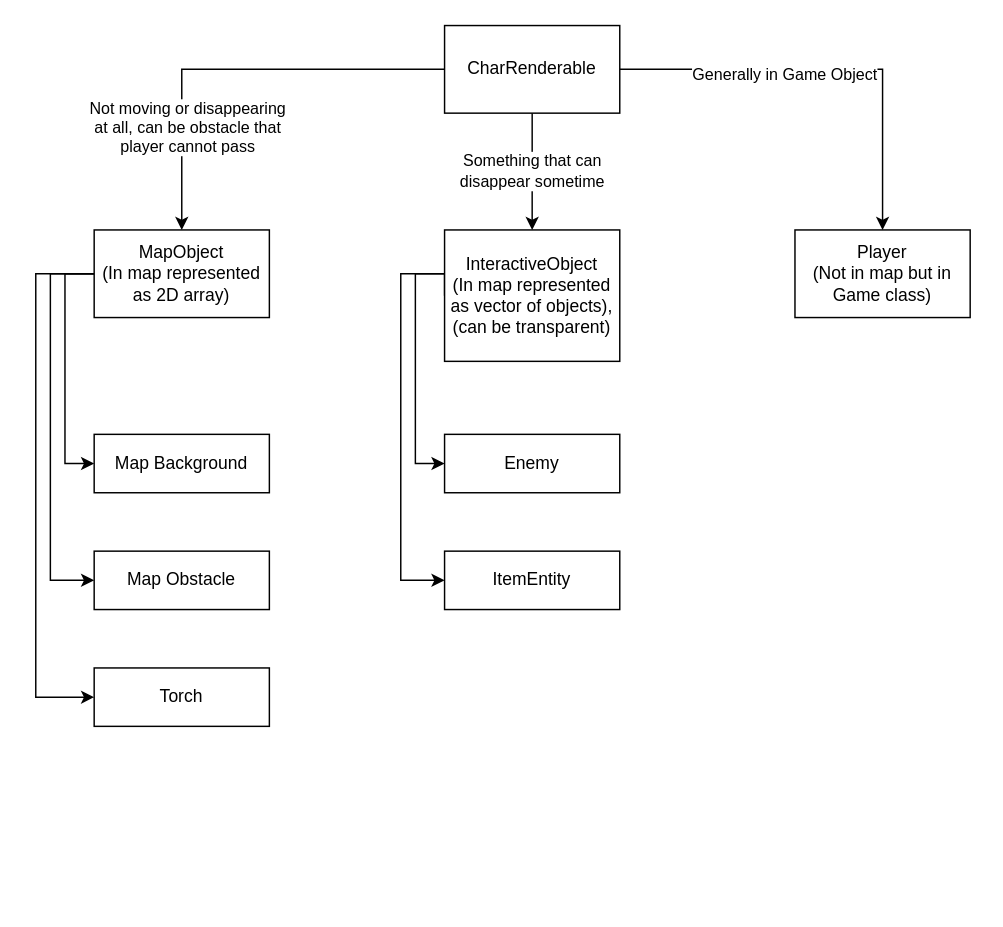
KrazyManJ/luminary keeps this draw.io diagram as page "Map Rendering Inheritance Diagram" (3 of 4) of project-luminary/diagrams.drawio. Above is the earlier version. Source tidied: cells renumbered, new cells numbered last; positions are measured from the earlier drawing's top-left corner, leaving out a move shared by most shapes. Both pictures are drawn from the tidied source at 146%, with x=0, y=0 at pixel (35, 25).
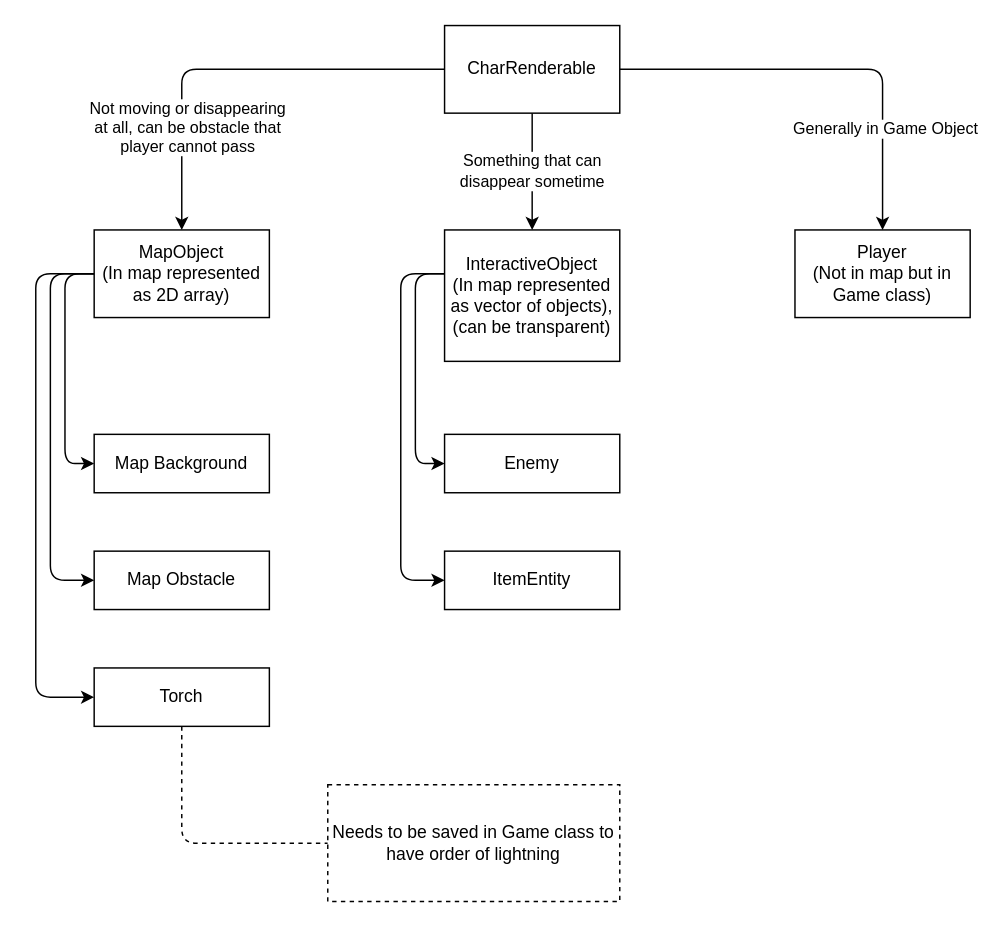
Above is the later version.

Commit message (it also covers changes not shown here):
Updated Diagram | Updated code - added onCollision event for mapObjects, updated Torch, added Player getter in Game

Unchanged cells that the change refers to:
```xml
<mxCell id="7" value="CharRenderable" style="rounded=0;whiteSpace=wrap;html=1;" parent="1" vertex="1">
  <mxGeometry x="280" width="120" height="60" as="geometry" />
</mxCell>
<mxCell id="11" value="MapObject&lt;br&gt;(In map represented as 2D array)" style="rounded=0;whiteSpace=wrap;html=1;" parent="1" vertex="1">
  <mxGeometry x="40" y="140" width="120" height="60" as="geometry" />
</mxCell>
<mxCell id="12" value="Player&lt;br&gt;(Not in map but in Game class)" style="rounded=0;whiteSpace=wrap;html=1;" parent="1" vertex="1">
  <mxGeometry x="520" y="140" width="120" height="60" as="geometry" />
</mxCell>
<mxCell id="15" value="InteractiveObject&lt;br&gt;(In map represented as vector of objects), (can be transparent)" style="rounded=0;whiteSpace=wrap;html=1;" parent="1" vertex="1">
  <mxGeometry x="280" y="140" width="120" height="90" as="geometry" />
</mxCell>
<mxCell id="16" value="Map Background" style="rounded=0;whiteSpace=wrap;html=1;" parent="1" vertex="1">
  <mxGeometry x="40" y="280" width="120" height="40" as="geometry" />
</mxCell>
<mxCell id="17" value="Map Obstacle" style="rounded=0;whiteSpace=wrap;html=1;" parent="1" vertex="1">
  <mxGeometry x="40" y="360" width="120" height="40" as="geometry" />
</mxCell>
<mxCell id="18" value="Torch" style="rounded=0;whiteSpace=wrap;html=1;" parent="1" vertex="1">
  <mxGeometry x="40" y="440" width="120" height="40" as="geometry" />
</mxCell>
<mxCell id="19" value="Enemy" style="rounded=0;whiteSpace=wrap;html=1;" parent="1" vertex="1">
  <mxGeometry x="280" y="280" width="120" height="40" as="geometry" />
</mxCell>
<mxCell id="20" value="ItemEntity" style="rounded=0;whiteSpace=wrap;html=1;" parent="1" vertex="1">
  <mxGeometry x="280" y="360" width="120" height="40" as="geometry" />
</mxCell>
```

Change to the diagram source:
```diff
@@
-    <mxCell id="3" style="edgeStyle=orthogonalEdgeStyle;rounded=0;jettySize=auto;html=1;" parent="1" edge="1" source="7" target="12">
+    <mxCell id="3" style="edgeStyle=orthogonalEdgeStyle;rounded=1;jettySize=auto;html=1;" parent="1" edge="1" source="7" target="12">
       <mxGeometry relative="1" as="geometry">
         <Array as="points">
           <mxPoint x="580" y="30" />
         </Array>
       </mxGeometry>
     </mxCell>
     <mxCell id="4" value="Generally in Game Object" style="edgeLabel;html=1;align=center;verticalAlign=middle;" parent="3" vertex="1">
-      <mxGeometry x="-0.23" y="-3" relative="1" as="geometry" />
+      <mxGeometry x="-0.23" y="-3" relative="1" as="geometry">
+        <mxPoint x="69" y="37" as="offset" />
+      </mxGeometry>
     </mxCell>
-    <mxCell id="5" style="edgeStyle=orthogonalEdgeStyle;rounded=0;jettySize=auto;html=1;entryX=0.5;entryY=0;entryDx=0;entryDy=0;" parent="1" edge="1" source="7" target="11">
+    <mxCell id="5" style="edgeStyle=orthogonalEdgeStyle;rounded=1;jettySize=auto;html=1;entryX=0.5;entryY=0;entryDx=0;entryDy=0;" parent="1" edge="1" source="7" target="11">
       <mxGeometry relative="1" as="geometry" />
     </mxCell>
@@
-    <mxCell id="8" style="edgeStyle=orthogonalEdgeStyle;rounded=0;jettySize=auto;html=1;exitX=0;exitY=0.5;exitDx=0;exitDy=0;entryX=0;entryY=0.5;entryDx=0;entryDy=0;" parent="1" edge="1" source="11" target="16">
+    <mxCell id="8" style="edgeStyle=orthogonalEdgeStyle;rounded=1;jettySize=auto;html=1;exitX=0;exitY=0.5;exitDx=0;exitDy=0;entryX=0;entryY=0.5;entryDx=0;entryDy=0;" parent="1" edge="1" source="11" target="16">
       <mxGeometry relative="1" as="geometry" />
     </mxCell>
-    <mxCell id="9" style="edgeStyle=orthogonalEdgeStyle;rounded=0;jettySize=auto;html=1;entryX=0;entryY=0.5;entryDx=0;entryDy=0;" parent="1" edge="1" source="11" target="17">
+    <mxCell id="9" style="edgeStyle=orthogonalEdgeStyle;rounded=1;jettySize=auto;html=1;entryX=0;entryY=0.5;entryDx=0;entryDy=0;" parent="1" edge="1" source="11" target="17">
       <mxGeometry relative="1" as="geometry">
         <Array as="points">
           <mxPoint x="10" y="170" />
           <mxPoint x="10" y="380" />
         </Array>
       </mxGeometry>
     </mxCell>
-    <mxCell id="10" style="edgeStyle=orthogonalEdgeStyle;rounded=0;jettySize=auto;html=1;entryX=0;entryY=0.5;entryDx=0;entryDy=0;" parent="1" edge="1" source="11" target="18">
+    <mxCell id="10" style="edgeStyle=orthogonalEdgeStyle;rounded=1;jettySize=auto;html=1;entryX=0;entryY=0.5;entryDx=0;entryDy=0;" parent="1" edge="1" source="11" target="18">
       <mxGeometry relative="1" as="geometry">
         <Array as="points">
           <mxPoint y="170" />
           <mxPoint y="460" />
         </Array>
       </mxGeometry>
     </mxCell>
@@
-    <mxCell id="13" style="edgeStyle=orthogonalEdgeStyle;rounded=0;jettySize=auto;html=1;exitX=0;exitY=0.5;exitDx=0;exitDy=0;" parent="1" edge="1" source="15" target="19">
+    <mxCell id="13" style="edgeStyle=orthogonalEdgeStyle;rounded=1;jettySize=auto;html=1;" parent="1" edge="1" source="15" target="19">
       <mxGeometry relative="1" as="geometry">
         <Array as="points">
           <mxPoint x="260" y="170" />
           <mxPoint x="260" y="300" />
         </Array>
       </mxGeometry>
     </mxCell>
-    <mxCell id="14" style="edgeStyle=orthogonalEdgeStyle;rounded=0;jettySize=auto;html=1;entryX=0;entryY=0.5;entryDx=0;entryDy=0;" parent="1" edge="1" source="15" target="20">
+    <mxCell id="14" style="edgeStyle=orthogonalEdgeStyle;rounded=1;jettySize=auto;html=1;entryX=0;entryY=0.5;entryDx=0;entryDy=0;" parent="1" edge="1" source="15" target="20">
       <mxGeometry relative="1" as="geometry">
         <Array as="points">
           <mxPoint x="250" y="170" />
           <mxPoint x="250" y="380" />
         </Array>
       </mxGeometry>
     </mxCell>
@@
+    <mxCell id="21" style="edgeStyle=orthogonalEdgeStyle;rounded=1;jettySize=auto;html=1;endArrow=none;endFill=0;dashed=1;" parent="1" edge="1" source="18" target="22">
+      <mxGeometry relative="1" as="geometry">
+        <Array as="points">
+          <mxPoint x="100" y="560" />
+        </Array>
+      </mxGeometry>
+    </mxCell>
@@
+    <mxCell id="22" value="Needs to be saved in Game class to have order of lightning" style="rounded=0;whiteSpace=wrap;html=1;dashed=1;" parent="1" vertex="1">
+      <mxGeometry x="200" y="520" width="200" height="80" as="geometry" />
+    </mxCell>
```
